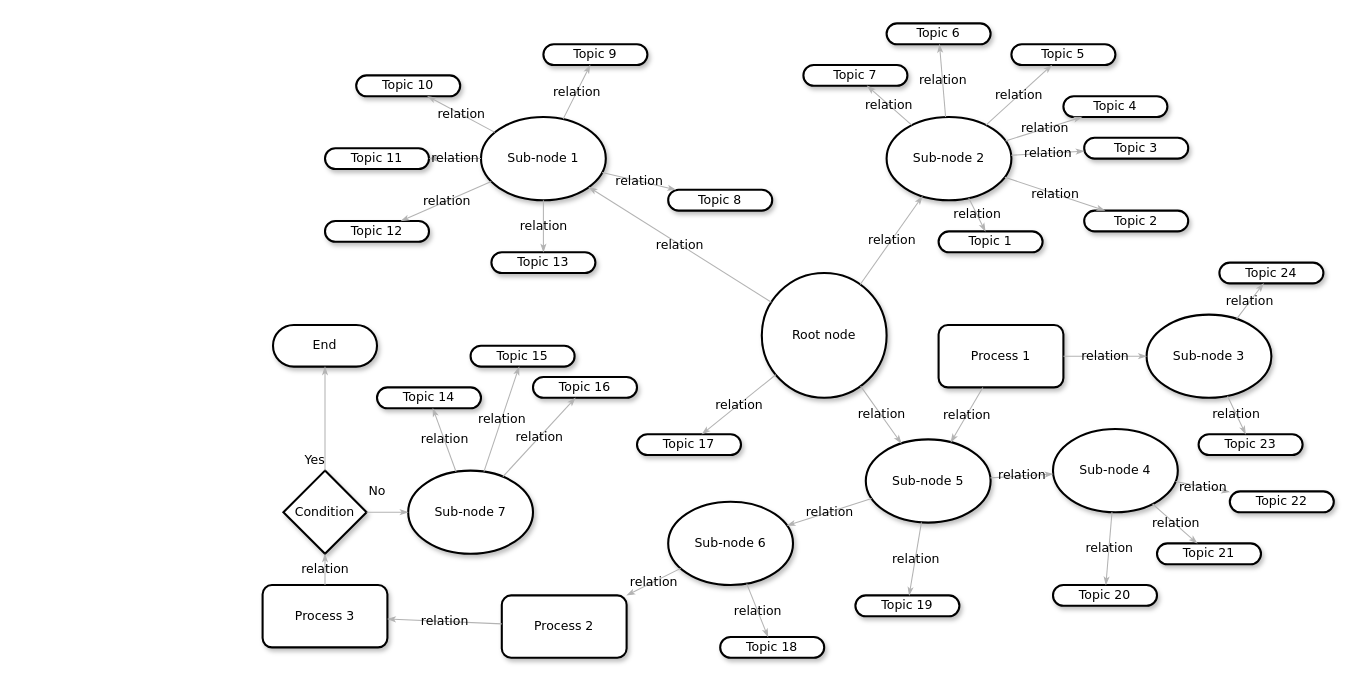
Earlier version of the draw.io diagram BDC.drawio (NubeEra-DataEngineering/DataOps-CICD). Source tidied: cells renumbered, new cells numbered last; positions are measured from the earlier drawing's top-left corner, leaving out a move shared by most shapes. Both pictures are drawn from the tidied source at 104%, with x=0, y=0 at pixel (262, 23).
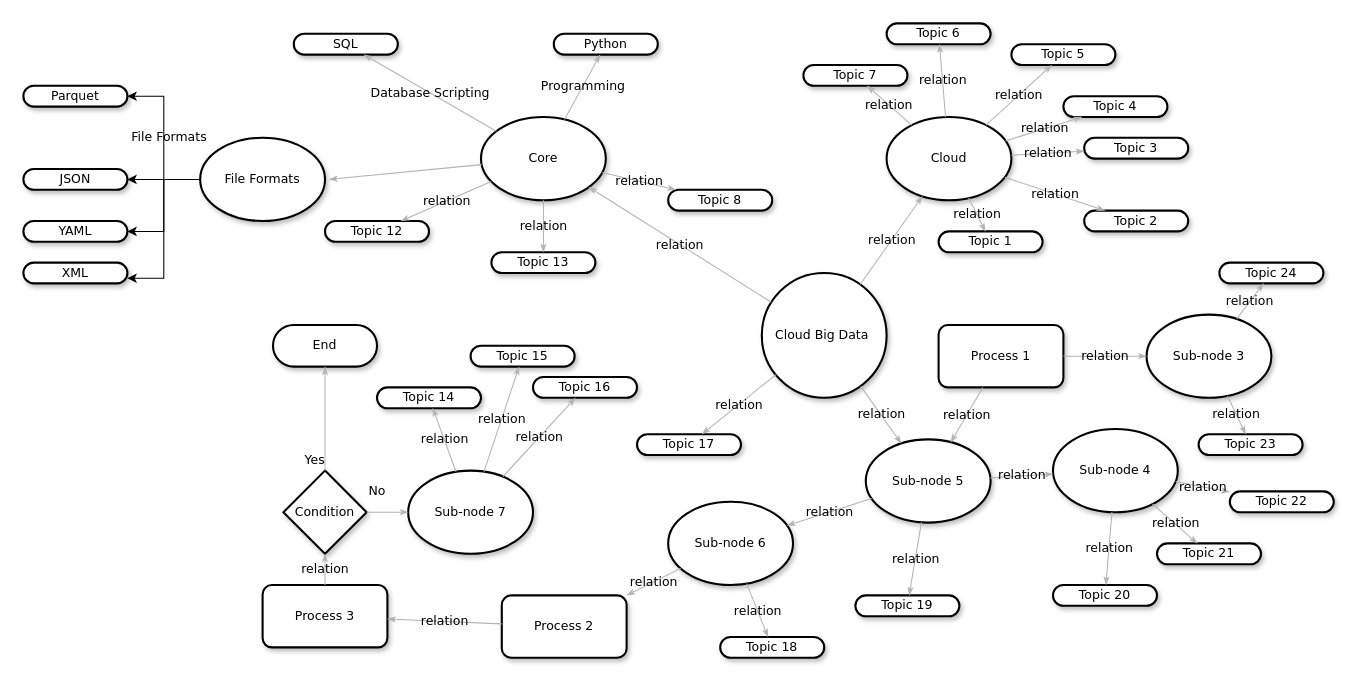
The same diagram, later.

Diff of the diagram source:
```diff
@@
-    <mxCell id="2" value="&lt;span&gt;Topic 10&lt;/span&gt;" style="whiteSpace=wrap;html=1;rounded=1;shadow=1;comic=0;labelBackgroundColor=none;strokeWidth=2;fontFamily=Verdana;fontSize=12;align=center;arcSize=50;" parent="1" vertex="1">
-      <mxGeometry x="90" y="50" width="100" height="20" as="geometry" />
+    <mxCell id="2" value="&lt;span&gt;SQL&lt;/span&gt;" style="whiteSpace=wrap;html=1;rounded=1;shadow=1;comic=0;labelBackgroundColor=none;strokeWidth=2;fontFamily=Verdana;fontSize=12;align=center;arcSize=50;" parent="1" vertex="1">
+      <mxGeometry x="30" y="10" width="100" height="20" as="geometry" />
     </mxCell>
-    <mxCell id="3" value="Sub-node 1" style="ellipse;whiteSpace=wrap;html=1;rounded=1;shadow=1;comic=0;labelBackgroundColor=none;strokeWidth=2;fontFamily=Verdana;fontSize=12;align=center;" parent="1" vertex="1">
+    <mxCell id="3" value="Core" style="ellipse;whiteSpace=wrap;html=1;rounded=1;shadow=1;comic=0;labelBackgroundColor=none;strokeWidth=2;fontFamily=Verdana;fontSize=12;align=center;" parent="1" vertex="1">
       <mxGeometry x="210" y="90" width="120" height="80" as="geometry" />
     </mxCell>
-    <mxCell id="4" value="&lt;span&gt;Sub-node 2&lt;/span&gt;" style="ellipse;whiteSpace=wrap;html=1;rounded=1;shadow=1;comic=0;labelBackgroundColor=none;strokeWidth=2;fontFamily=Verdana;fontSize=12;align=center;" parent="1" vertex="1">
+    <mxCell id="4" value="&lt;span&gt;Cloud&lt;/span&gt;" style="ellipse;whiteSpace=wrap;html=1;rounded=1;shadow=1;comic=0;labelBackgroundColor=none;strokeWidth=2;fontFamily=Verdana;fontSize=12;align=center;" parent="1" vertex="1">
       <mxGeometry x="600" y="90" width="120" height="80" as="geometry" />
     </mxCell>
-    <mxCell id="5" value="Root node" style="ellipse;whiteSpace=wrap;html=1;rounded=1;shadow=1;comic=0;labelBackgroundColor=none;strokeWidth=2;fontFamily=Verdana;fontSize=12;align=center;" parent="1" vertex="1">
+    <mxCell id="5" value="Cloud Big Data&amp;nbsp;" style="ellipse;whiteSpace=wrap;html=1;rounded=1;shadow=1;comic=0;labelBackgroundColor=none;strokeWidth=2;fontFamily=Verdana;fontSize=12;align=center;" parent="1" vertex="1">
       <mxGeometry x="480" y="240" width="120" height="120" as="geometry" />
     </mxCell>
@@
-    <mxCell id="9" value="&lt;span&gt;Topic 11&lt;/span&gt;" style="whiteSpace=wrap;html=1;rounded=1;shadow=1;comic=0;labelBackgroundColor=none;strokeWidth=2;fontFamily=Verdana;fontSize=12;align=center;arcSize=50;" parent="1" vertex="1">
-      <mxGeometry x="60" y="120" width="100" height="20" as="geometry" />
+    <mxCell id="9" value="Parquet" style="whiteSpace=wrap;html=1;rounded=1;shadow=1;comic=0;labelBackgroundColor=none;strokeWidth=2;fontFamily=Verdana;fontSize=12;align=center;arcSize=50;" parent="1" vertex="1">
+      <mxGeometry x="-230" y="60" width="100" height="20" as="geometry" />
     </mxCell>
@@
-    <mxCell id="11" value="&lt;span&gt;Topic 9&lt;/span&gt;" style="whiteSpace=wrap;html=1;rounded=1;shadow=1;comic=0;labelBackgroundColor=none;strokeWidth=2;fontFamily=Verdana;fontSize=12;align=center;arcSize=50;" parent="1" vertex="1">
-      <mxGeometry x="270" y="20" width="100" height="20" as="geometry" />
+    <mxCell id="11" value="&lt;span&gt;Python&lt;/span&gt;" style="whiteSpace=wrap;html=1;rounded=1;shadow=1;comic=0;labelBackgroundColor=none;strokeWidth=2;fontFamily=Verdana;fontSize=12;align=center;arcSize=50;" parent="1" vertex="1">
+      <mxGeometry x="280" y="10" width="100" height="20" as="geometry" />
     </mxCell>
@@
-    <mxCell id="26" value="relation" style="edgeStyle=none;rounded=1;html=1;labelBackgroundColor=none;startArrow=none;startFill=0;startSize=5;endArrow=classicThin;endFill=1;endSize=5;jettySize=auto;strokeColor=#B3B3B3;strokeWidth=1;fontFamily=Verdana;fontSize=12;" parent="1" edge="1" source="3" target="11">
+    <mxCell id="26" value="Programming" style="edgeStyle=none;rounded=1;html=1;labelBackgroundColor=none;startArrow=none;startFill=0;startSize=5;endArrow=classicThin;endFill=1;endSize=5;jettySize=auto;strokeColor=#B3B3B3;strokeWidth=1;fontFamily=Verdana;fontSize=12;" parent="1" edge="1" source="3" target="11">
       <mxGeometry relative="1" as="geometry" />
     </mxCell>
-    <mxCell id="27" value="relation" style="edgeStyle=none;rounded=1;html=1;labelBackgroundColor=none;startArrow=none;startFill=0;startSize=5;endArrow=classicThin;endFill=1;endSize=5;jettySize=auto;strokeColor=#B3B3B3;strokeWidth=1;fontFamily=Verdana;fontSize=12;" parent="1" edge="1" source="3" target="2">
+    <mxCell id="27" value="Database Scripting" style="edgeStyle=none;rounded=1;html=1;labelBackgroundColor=none;startArrow=none;startFill=0;startSize=5;endArrow=classicThin;endFill=1;endSize=5;jettySize=auto;strokeColor=#B3B3B3;strokeWidth=1;fontFamily=Verdana;fontSize=12;" parent="1" edge="1" source="3" target="2">
       <mxGeometry relative="1" as="geometry" />
     </mxCell>
-    <mxCell id="28" value="relation" style="edgeStyle=none;rounded=1;html=1;labelBackgroundColor=none;startArrow=none;startFill=0;startSize=5;endArrow=classicThin;endFill=1;endSize=5;jettySize=auto;strokeColor=#B3B3B3;strokeWidth=1;fontFamily=Verdana;fontSize=12;" parent="1" edge="1" source="3" target="9">
-      <mxGeometry relative="1" as="geometry" />
+    <mxCell id="28" value="File Formats" style="edgeStyle=none;rounded=1;html=1;labelBackgroundColor=none;startArrow=none;startFill=0;startSize=5;endArrow=classicThin;endFill=1;endSize=5;jettySize=auto;strokeColor=#B3B3B3;strokeWidth=1;fontFamily=Verdana;fontSize=12;entryX=1.034;entryY=0.5;entryDx=0;entryDy=0;entryPerimeter=0;" parent="1" edge="1" source="3" target="79">
+      <mxGeometry x="1" y="-159" relative="1" as="geometry">
+        <mxPoint x="-139" y="118" as="offset" />
+      </mxGeometry>
     </mxCell>
@@
+    <mxCell id="75" style="edgeStyle=orthogonalEdgeStyle;rounded=0;jettySize=auto;html=1;entryX=1;entryY=0.5;entryDx=0;entryDy=0;" parent="1" edge="1" source="79" target="9">
+      <mxGeometry relative="1" as="geometry" />
+    </mxCell>
+    <mxCell id="76" style="edgeStyle=orthogonalEdgeStyle;rounded=0;jettySize=auto;html=1;entryX=1;entryY=0.5;entryDx=0;entryDy=0;" parent="1" edge="1" source="79" target="80">
+      <mxGeometry relative="1" as="geometry" />
+    </mxCell>
+    <mxCell id="77" style="edgeStyle=orthogonalEdgeStyle;rounded=0;jettySize=auto;html=1;entryX=1;entryY=0.5;entryDx=0;entryDy=0;" parent="1" edge="1" source="79" target="81">
+      <mxGeometry relative="1" as="geometry" />
+    </mxCell>
+    <mxCell id="78" style="edgeStyle=orthogonalEdgeStyle;rounded=0;jettySize=auto;html=1;entryX=1;entryY=0.75;entryDx=0;entryDy=0;" parent="1" edge="1" source="79" target="82">
+      <mxGeometry relative="1" as="geometry" />
+    </mxCell>
+    <mxCell id="79" value="File Formats" style="ellipse;whiteSpace=wrap;html=1;rounded=1;shadow=1;comic=0;labelBackgroundColor=none;strokeWidth=2;fontFamily=Verdana;fontSize=12;align=center;" parent="1" vertex="1">
+      <mxGeometry x="-60" y="110" width="120" height="80" as="geometry" />
+    </mxCell>
+    <mxCell id="80" value="JSON" style="whiteSpace=wrap;html=1;rounded=1;shadow=1;comic=0;labelBackgroundColor=none;strokeWidth=2;fontFamily=Verdana;fontSize=12;align=center;arcSize=50;" parent="1" vertex="1">
+      <mxGeometry x="-230" y="140" width="100" height="20" as="geometry" />
+    </mxCell>
+    <mxCell id="81" value="YAML" style="whiteSpace=wrap;html=1;rounded=1;shadow=1;comic=0;labelBackgroundColor=none;strokeWidth=2;fontFamily=Verdana;fontSize=12;align=center;arcSize=50;" parent="1" vertex="1">
+      <mxGeometry x="-230" y="190" width="100" height="20" as="geometry" />
+    </mxCell>
+    <mxCell id="82" value="XML" style="whiteSpace=wrap;html=1;rounded=1;shadow=1;comic=0;labelBackgroundColor=none;strokeWidth=2;fontFamily=Verdana;fontSize=12;align=center;arcSize=50;" parent="1" vertex="1">
+      <mxGeometry x="-230" y="230" width="100" height="20" as="geometry" />
+    </mxCell>
```
